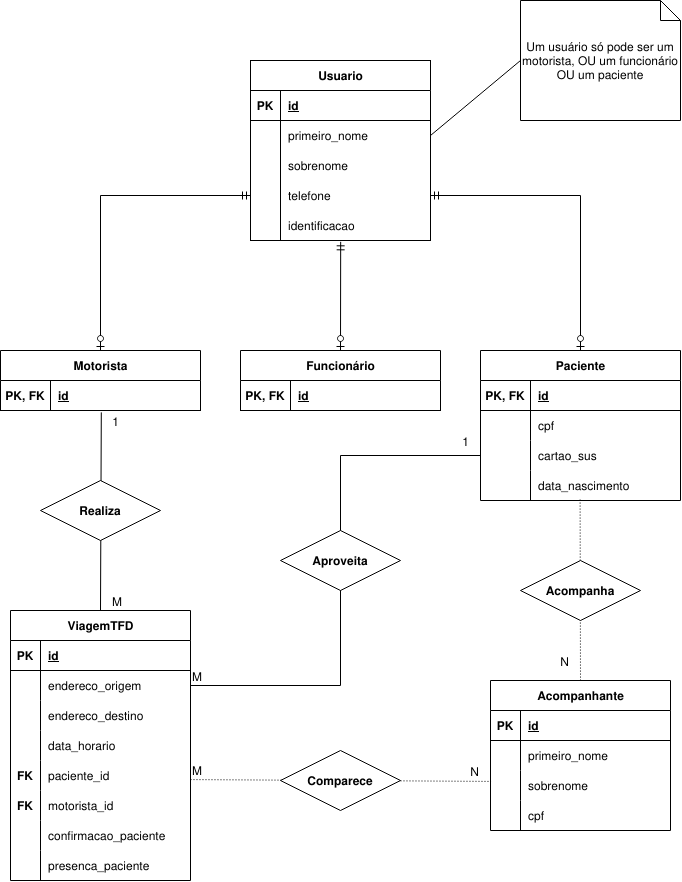
The draw.io diagram docs/Diagrama de entidades e relacionamentos.drawio.png in LhuannyLima/conecta_saude-, before a commit. Source tidied: cells renumbered, new cells last; positions are measured from the earlier drawing's top-left corner, leaving out a move shared by most shapes.
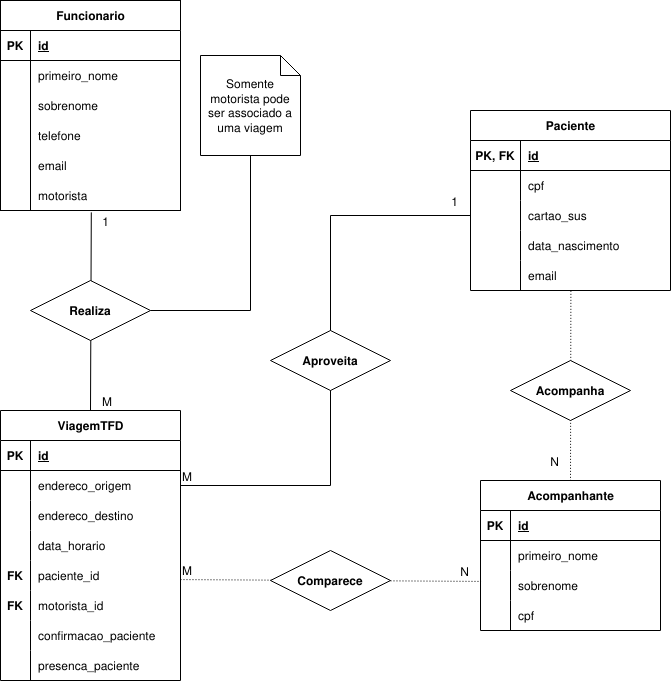
The same diagram one commit later.

Commit message:
Atualizar diagrama de DER

Change to the diagram source:
```diff
@@ -2,8 +2,8 @@
   <root>
     <mxCell id="0" />
     <mxCell id="1" parent="0" />
-    <mxCell id="2" value="Usuario" style="shape=table;startSize=30;rowLines=0;fontStyle=1;align=center;html=1;" parent="1" vertex="1">
-      <mxGeometry x="250" y="60" width="180" height="180" as="geometry" />
+    <mxCell id="2" value="Funcionario" style="shape=table;startSize=30;rowLines=0;fontStyle=1;align=center;html=1;" parent="1" vertex="1">
+      <mxGeometry x="10" y="200" width="180" height="210" as="geometry" />
     </mxCell>
     <mxCell id="3" style="shape=tableRow;horizontal=0;startSize=0;swimlaneHead=0;swimlaneBody=0;fillColor=none;top=0;left=0;right=0;bottom=1;" parent="2" vertex="1">
       <mxGeometry y="30" width="180" height="30" as="geometry" />
@@ -47,35 +47,20 @@
     <mxCell id="16" style="shape=partialRectangle;fillColor=none;top=0;left=0;bottom=0;right=0;overflow=hidden;whiteSpace=wrap;html=1;" parent="15" vertex="1">
       <mxGeometry width="30" height="30" as="geometry" />
     </mxCell>
-    <mxCell id="17" value="identificacao" style="shape=partialRectangle;fillColor=none;top=0;left=0;bottom=0;right=0;align=left;spacingLeft=6;overflow=hidden;whiteSpace=wrap;html=1;" parent="15" vertex="1">
+    <mxCell id="17" value="email" style="shape=partialRectangle;fillColor=none;top=0;left=0;bottom=0;right=0;align=left;spacingLeft=6;overflow=hidden;whiteSpace=wrap;html=1;" parent="15" vertex="1">
       <mxGeometry x="30" width="150" height="30" as="geometry" />
     </mxCell>
-    <mxCell id="18" value="Motorista" style="shape=table;startSize=30;rowLines=0;fontStyle=1;align=center;html=1;" parent="1" vertex="1">
-      <mxGeometry y="350" width="200" height="60" as="geometry" />
-    </mxCell>
-    <mxCell id="19" style="shape=tableRow;horizontal=0;startSize=0;swimlaneHead=0;swimlaneBody=0;fillColor=none;points=[[0,0.5],[1,0.5]];portConstraint=eastwest;top=0;left=0;right=0;bottom=1;" parent="18" vertex="1">
-      <mxGeometry y="30" width="200" height="30" as="geometry" />
-    </mxCell>
-    <mxCell id="20" value="PK, FK" style="shape=partialRectangle;fillColor=none;top=0;left=0;bottom=0;right=0;fontStyle=1;overflow=hidden;whiteSpace=wrap;html=1;" parent="19" vertex="1">
-      <mxGeometry width="50" height="30" as="geometry" />
-    </mxCell>
-    <mxCell id="21" value="id" style="shape=partialRectangle;fillColor=none;top=0;left=0;bottom=0;right=0;align=left;spacingLeft=6;fontStyle=5;overflow=hidden;whiteSpace=wrap;html=1;" parent="19" vertex="1">
-      <mxGeometry x="50" width="150" height="30" as="geometry" />
-    </mxCell>
-    <mxCell id="22" value="Funcionário" style="shape=table;startSize=30;rowLines=0;fontStyle=1;align=center;html=1;" parent="1" vertex="1">
-      <mxGeometry x="240" y="350" width="200" height="60" as="geometry" />
-    </mxCell>
-    <mxCell id="23" style="shape=tableRow;horizontal=0;startSize=0;swimlaneHead=0;swimlaneBody=0;fillColor=none;top=0;left=0;right=0;bottom=1;" parent="22" vertex="1">
-      <mxGeometry y="30" width="200" height="30" as="geometry" />
-    </mxCell>
-    <mxCell id="24" value="PK, FK" style="shape=partialRectangle;fillColor=none;top=0;left=0;bottom=0;right=0;fontStyle=1;overflow=hidden;whiteSpace=wrap;html=1;" parent="23" vertex="1">
-      <mxGeometry width="50" height="30" as="geometry" />
-    </mxCell>
-    <mxCell id="25" value="id" style="shape=partialRectangle;fillColor=none;top=0;left=0;bottom=0;right=0;align=left;spacingLeft=6;fontStyle=5;overflow=hidden;whiteSpace=wrap;html=1;" parent="23" vertex="1">
-      <mxGeometry x="50" width="150" height="30" as="geometry" />
-    </mxCell>
+    <mxCell id="97" style="shape=tableRow;horizontal=0;startSize=0;swimlaneHead=0;swimlaneBody=0;fillColor=none;top=0;left=0;right=0;bottom=0;" parent="2" vertex="1">
+      <mxGeometry y="180" width="180" height="30" as="geometry" />
+    </mxCell>
+    <mxCell id="98" style="shape=partialRectangle;fillColor=none;top=0;left=0;bottom=0;right=0;overflow=hidden;whiteSpace=wrap;html=1;" parent="97" vertex="1">
+      <mxGeometry width="30" height="30" as="geometry" />
+    </mxCell>
+    <mxCell id="99" value="motorista" style="shape=partialRectangle;fillColor=none;top=0;left=0;bottom=0;right=0;align=left;spacingLeft=6;overflow=hidden;whiteSpace=wrap;html=1;" parent="97" vertex="1">
+      <mxGeometry x="30" width="150" height="30" as="geometry" />
+    </mxCell>
     <mxCell id="26" value="Paciente" style="shape=table;startSize=30;rowLines=0;fontStyle=1;align=center;html=1;" parent="1" vertex="1">
-      <mxGeometry x="480" y="350" width="200" height="150" as="geometry" />
+      <mxGeometry x="480" y="310" width="200" height="180" as="geometry" />
     </mxCell>
     <mxCell id="27" style="shape=tableRow;horizontal=0;startSize=0;swimlaneHead=0;swimlaneBody=0;fillColor=none;top=0;left=0;right=0;bottom=1;" parent="26" vertex="1">
       <mxGeometry y="30" width="200" height="30" as="geometry" />
@@ -113,6 +98,15 @@
     <mxCell id="38" value="data_nascimento" style="shape=partialRectangle;fillColor=none;top=0;left=0;bottom=0;right=0;align=left;spacingLeft=6;overflow=hidden;whiteSpace=wrap;html=1;" parent="36" vertex="1">
       <mxGeometry x="50" width="150" height="30" as="geometry" />
     </mxCell>
+    <mxCell id="100" style="shape=tableRow;horizontal=0;startSize=0;swimlaneHead=0;swimlaneBody=0;fillColor=none;points=[[0,0.5],[1,0.5]];portConstraint=eastwest;top=0;left=0;right=0;bottom=0;" parent="26" vertex="1">
+      <mxGeometry y="150" width="200" height="30" as="geometry" />
+    </mxCell>
+    <mxCell id="101" style="shape=partialRectangle;fillColor=none;top=0;left=0;bottom=0;right=0;overflow=hidden;whiteSpace=wrap;html=1;" parent="100" vertex="1">
+      <mxGeometry width="50" height="30" as="geometry" />
+    </mxCell>
+    <mxCell id="102" value="email" style="shape=partialRectangle;fillColor=none;top=0;left=0;bottom=0;right=0;align=left;spacingLeft=6;overflow=hidden;whiteSpace=wrap;html=1;" parent="100" vertex="1">
+      <mxGeometry x="50" width="150" height="30" as="geometry" />
+    </mxCell>
     <mxCell id="39" value="ViagemTFD" style="shape=table;startSize=30;rowLines=0;fontStyle=1;align=center;html=1;" parent="1" vertex="1">
       <mxGeometry x="10" y="610" width="180" height="270" as="geometry" />
     </mxCell>
@@ -227,7 +221,7 @@
     <mxCell id="76" value="cpf" style="shape=partialRectangle;fillColor=none;top=0;left=0;bottom=0;right=0;align=left;spacingLeft=6;overflow=hidden;whiteSpace=wrap;html=1;" parent="74" vertex="1">
       <mxGeometry x="30" width="150" height="30" as="geometry" />
     </mxCell>
-    <mxCell id="77" style="endArrow=none;html=1;rounded=0;dashed=1;dashPattern=1 2;defaultLabelBackgroundColor=page;entryX=0.5;entryY=0;entryDx=0;entryDy=0;exitX=0.498;exitY=0.969;exitDx=0;exitDy=0;exitPerimeter=0;" parent="1" edge="1" source="36" target="64">
+    <mxCell id="77" style="endArrow=none;html=1;rounded=0;dashed=1;dashPattern=1 2;defaultLabelBackgroundColor=page;entryX=0.5;entryY=0;entryDx=0;entryDy=0;exitX=0.502;exitY=1.011;exitDx=0;exitDy=0;exitPerimeter=0;" parent="1" edge="1" source="100" target="64">
       <mxGeometry relative="1" as="geometry" />
     </mxCell>
     <mxCell id="78" value="N" style="html=1;whiteSpace=wrap;align=right;verticalAlign=bottom;" parent="77" vertex="1">
@@ -255,8 +249,10 @@
     <mxCell id="83" value="&lt;b&gt;Comparece&lt;/b&gt;" style="shape=rhombus;perimeter=rhombusPerimeter;whiteSpace=wrap;html=1;align=center;" parent="1" vertex="1">
       <mxGeometry x="280" y="750" width="120" height="60" as="geometry" />
     </mxCell>
-    <mxCell id="84" style="endArrow=none;html=1;rounded=0;defaultLabelBackgroundColor=page;exitX=0.5;exitY=0;exitDx=0;exitDy=0;entryX=0.504;entryY=1.063;entryDx=0;entryDy=0;entryPerimeter=0;" parent="1" edge="1" source="39" target="19">
-      <mxGeometry relative="1" as="geometry" />
+    <mxCell id="84" style="endArrow=none;html=1;rounded=0;defaultLabelBackgroundColor=page;exitX=0.5;exitY=0;exitDx=0;exitDy=0;entryX=0.504;entryY=1.063;entryDx=0;entryDy=0;entryPerimeter=0;" parent="1" edge="1" source="39">
+      <mxGeometry relative="1" as="geometry">
+        <mxPoint x="100.8" y="411.9" as="targetPoint" />
+      </mxGeometry>
     </mxCell>
     <mxCell id="85" value="M" style="html=1;whiteSpace=wrap;align=left;verticalAlign=bottom;" parent="84" vertex="1">
       <mxGeometry x="-1" relative="1" as="geometry">
@@ -271,34 +267,11 @@
     <mxCell id="87" value="&lt;b&gt;Realiza&lt;/b&gt;" style="shape=rhombus;perimeter=rhombusPerimeter;whiteSpace=wrap;html=1;align=center;" parent="1" vertex="1">
       <mxGeometry x="40" y="480" width="120" height="60" as="geometry" />
     </mxCell>
-    <mxCell id="88" style="fontSize=12;html=1;endArrow=ERzeroToOne;startArrow=ERmandOne;rounded=0;defaultLabelBackgroundColor=page;entryX=0.5;entryY=0;entryDx=0;entryDy=0;exitX=0;exitY=0.5;exitDx=0;exitDy=0;" parent="1" edge="1" source="12" target="18">
-      <mxGeometry x="0.01" relative="1" as="geometry">
-        <Array as="points">
-          <mxPoint x="100" y="195" />
-        </Array>
-      </mxGeometry>
-    </mxCell>
-    <mxCell id="89" style="fontSize=12;html=1;endArrow=ERzeroToOne;startArrow=ERmandOne;rounded=0;defaultLabelBackgroundColor=page;entryX=0.5;entryY=0;entryDx=0;entryDy=0;exitX=1;exitY=0.5;exitDx=0;exitDy=0;" parent="1" edge="1" source="12" target="26">
-      <mxGeometry relative="1" as="geometry">
-        <Array as="points">
-          <mxPoint x="580" y="195" />
-        </Array>
-      </mxGeometry>
-    </mxCell>
-    <mxCell id="90" style="fontSize=12;html=1;endArrow=ERzeroToOne;startArrow=ERmandOne;rounded=0;defaultLabelBackgroundColor=page;exitX=0.501;exitY=1.044;exitDx=0;exitDy=0;exitPerimeter=0;entryX=0.5;entryY=0;entryDx=0;entryDy=0;" parent="1" edge="1" source="15" target="22">
-      <mxGeometry relative="1" as="geometry" />
-    </mxCell>
-    <mxCell id="91" value="Um usuário só pode ser um motorista, OU um funcionário OU um paciente" style="shape=note;size=20;whiteSpace=wrap;html=1;" parent="1" vertex="1">
-      <mxGeometry x="520" width="160" height="120" as="geometry" />
-    </mxCell>
-    <mxCell id="92" style="endArrow=none;html=1;rounded=0;defaultLabelBackgroundColor=page;entryX=0;entryY=0.5;entryDx=0;entryDy=0;entryPerimeter=0;exitX=1;exitY=0.5;exitDx=0;exitDy=0;" parent="1" edge="1" source="6" target="91">
-      <mxGeometry relative="1" as="geometry" />
-    </mxCell>
     <mxCell id="93" style="endArrow=none;html=1;rounded=0;defaultLabelBackgroundColor=page;exitX=1;exitY=0.5;exitDx=0;exitDy=0;entryX=0;entryY=0.5;entryDx=0;entryDy=0;" parent="1" edge="1" source="43" target="33">
-      <mxGeometry relative="1" as="geometry">
+      <mxGeometry x="-0.06" relative="1" as="geometry">
         <Array as="points">
           <mxPoint x="340" y="685" />
-          <mxPoint x="340" y="455" />
+          <mxPoint x="340" y="415" />
         </Array>
       </mxGeometry>
     </mxCell>
@@ -313,5 +286,15 @@
     <mxCell id="96" value="&lt;b&gt;Aproveita&lt;/b&gt;" style="shape=rhombus;perimeter=rhombusPerimeter;whiteSpace=wrap;html=1;align=center;" parent="1" vertex="1">
       <mxGeometry x="280" y="530" width="120" height="60" as="geometry" />
     </mxCell>
+    <mxCell id="103" value="Somente motorista pode ser associado a uma viagem" style="shape=note;size=20;whiteSpace=wrap;html=1;" parent="1" vertex="1">
+      <mxGeometry x="210" y="255" width="100" height="100" as="geometry" />
+    </mxCell>
+    <mxCell id="104" style="endArrow=none;html=1;rounded=0;defaultLabelBackgroundColor=page;entryX=0.5;entryY=1;entryDx=0;entryDy=0;entryPerimeter=0;exitX=1;exitY=0.5;exitDx=0;exitDy=0;" parent="1" edge="1" source="87" target="103">
+      <mxGeometry relative="1" as="geometry">
+        <Array as="points">
+          <mxPoint x="260" y="510" />
+        </Array>
+      </mxGeometry>
+    </mxCell>
   </root>
 </mxGraphModel>
```
